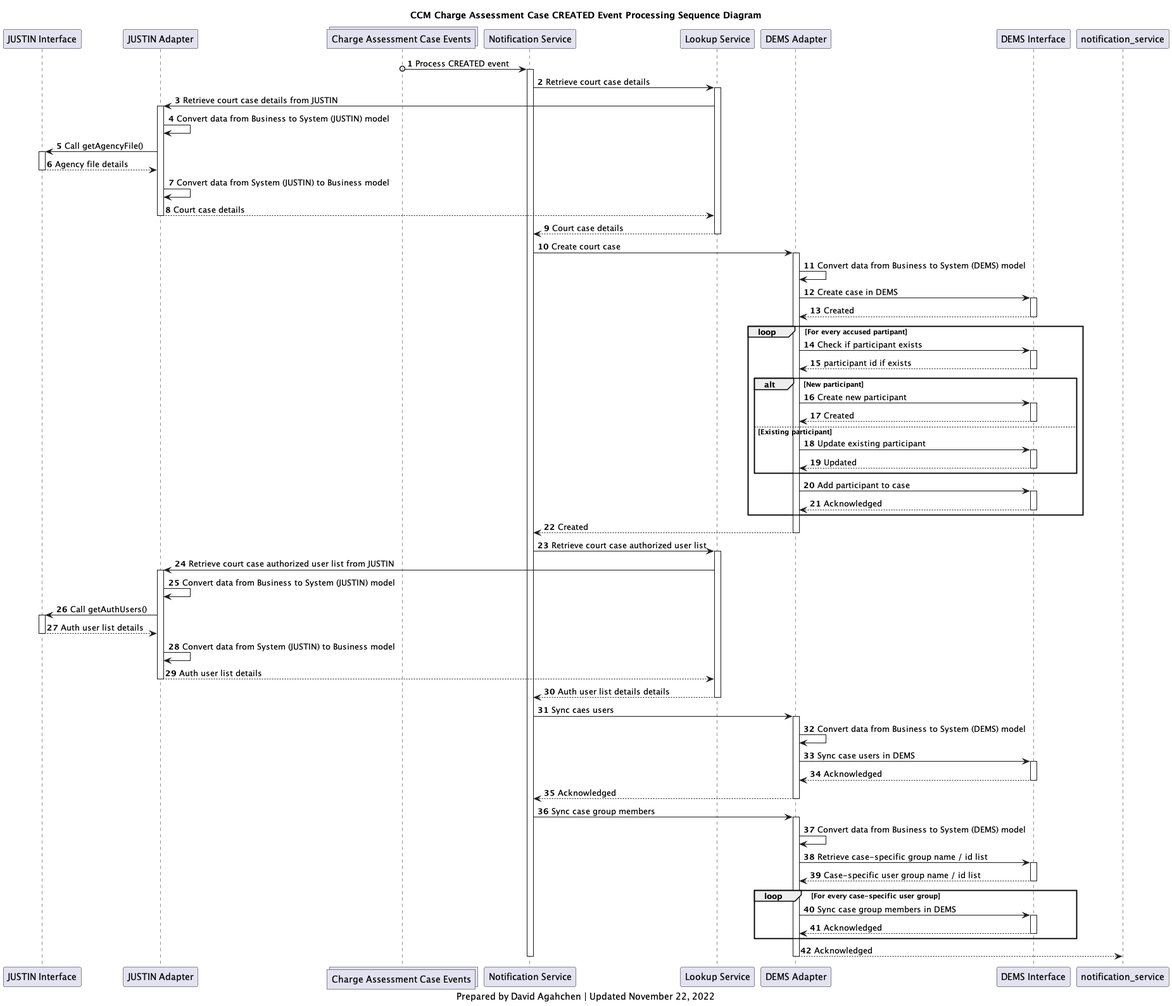
The PlantUML diagram diagrams/img/ccm_charge_assessment_case_created_processing_sequence_diagram.png in bcgov/jpss-jade-ccm, before a commit.
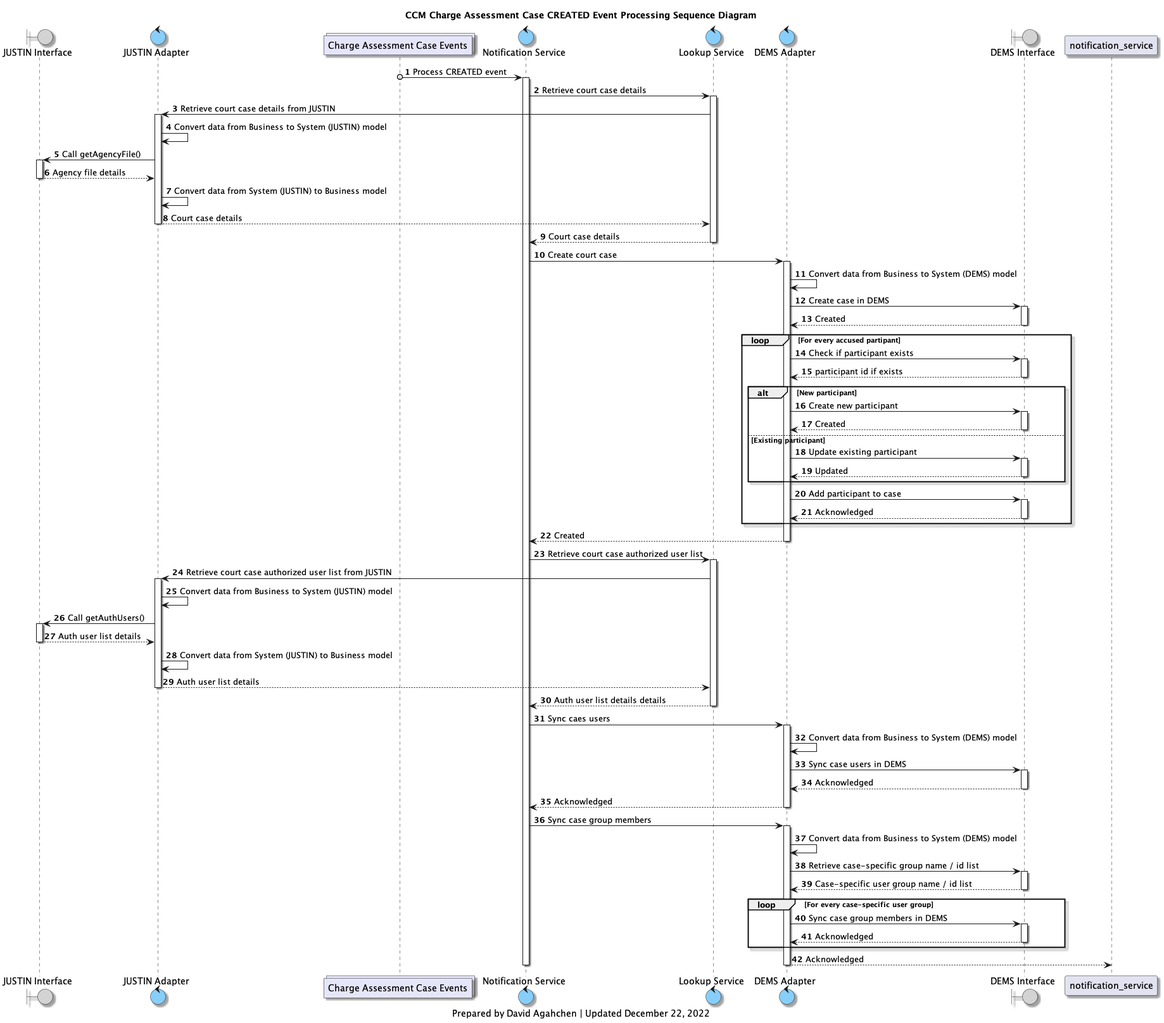
Later version of the same file.

The edit, as a diff of the source:
```diff
@@ -1,11 +1,18 @@
 @startuml
-participant j_interface as "JUSTIN Interface"
-participant j_adapter as "JUSTIN Adapter"
+
+skinparam Shadowing true
+skinparam CollectionsBackgroundColor Lavender
+skinparam ControlBackgroundColor LightSkyBlue
+skinparam BoundaryBackgroundColor LightGrey
+
+
+boundary j_interface as "JUSTIN Interface"
+control j_adapter as "JUSTIN Adapter"
 collections charge_assessment_cases_topic as "Charge Assessment Case Events"
-participant case_notification_service as "Notification Service"
-participant case_lookup_service as "Lookup Service"
-participant d_adapter as "DEMS Adapter"
-participant d_interface as "DEMS Interface"
+control case_notification_service as "Notification Service"
+control case_lookup_service as "Lookup Service"
+control d_adapter as "DEMS Adapter"
+boundary d_interface as "DEMS Interface"
 
 title
 CCM Charge Assessment Case CREATED Event Processing Sequence Diagram
@@ -113,6 +120,6 @@
 deactivate case_notification_service
 
 caption
-Prepared by David Agahchen | Updated November 22, 2022
+Prepared by David Agahchen | Updated December 22, 2022
 end caption
 @enduml
```
